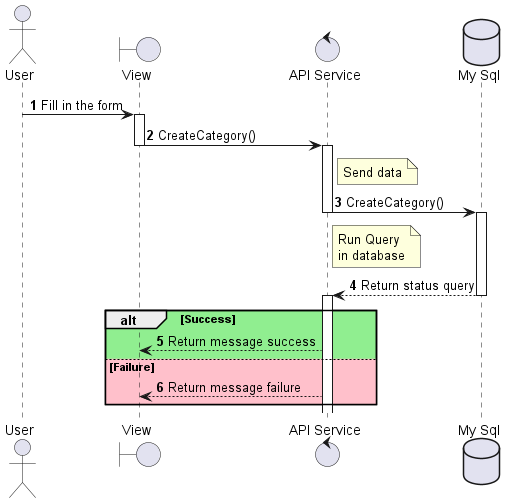
Earlier version of the PlantUML export out/sequenceDiagram_ProductCategory_create/sequenceDiagram_Product_create.png (Fitranda/Diagram). Its diagram source:
```plantuml
@startuml sequenceDiagram_Product_create
actor User
boundary "View" as View
control "API Service" as APIService
database "My Sql" as DB

autonumber
User -> View --++ : Fill in the form
View -> APIService --++ : CreateCategory()
note right of APIService: Send data
APIService -> DB --++ : CreateCategory()
note right of APIService: Run Query\nin database
DB --> APIService --++ : Return status query
alt #LightGreen  Success
    APIService --> View  : Return message success
else #Pink Failure
    APIService --> View  : Return message failure
end
@enduml
```
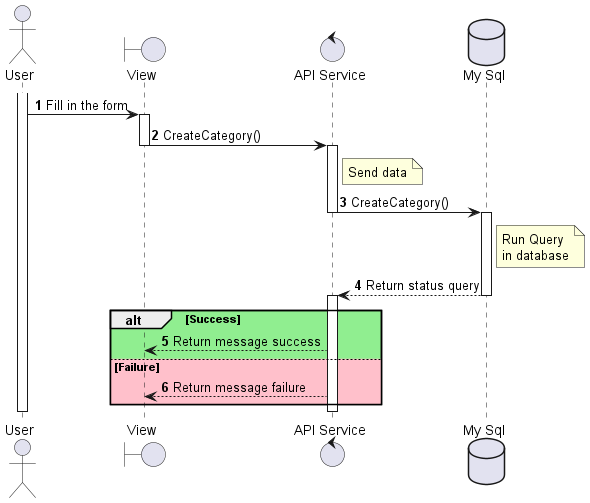
After the change.

Diff of the diagram source:
```diff
@@ -5,15 +5,25 @@
 database "My Sql" as DB
 
 autonumber
-User -> View --++ : Fill in the form
-View -> APIService --++ : CreateCategory()
+activate User
+User -> View : Fill in the form
+activate View
+View -> APIService : CreateCategory()
+deactivate View
+activate APIService
 note right of APIService: Send data
-APIService -> DB --++ : CreateCategory()
-note right of APIService: Run Query\nin database
-DB --> APIService --++ : Return status query
-alt #LightGreen  Success
-    APIService --> View  : Return message success
+APIService -> DB : CreateCategory()
+deactivate APIService
+activate DB
+note right of DB: Run Query\nin database
+DB --> APIService : Return status query
+deactivate DB
+activate APIService
+alt #LightGreen Success
+    APIService --> View : Return message success
 else #Pink Failure
-    APIService --> View  : Return message failure
+    APIService --> View : Return message failure
 end
+deactivate User
+deactivate APIService
 @enduml
```
